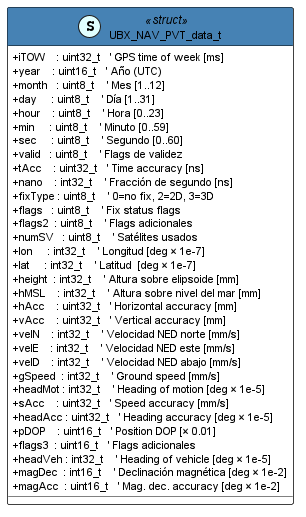
Above: docs/06 UMLs/ubx_nav_pvt_struct.png in AgustinPessina00/TPP-IntelliFence (PlantUML), before the change. Its diagram source:
```plantuml
@startuml ubx_nav_pvt_struct

skinparam classAttributeIconSize 0
skinparam class {
    BackgroundColor White
    BorderColor Black
    HeaderBackgroundColor SteelBlue
    HeaderFontColor White
    FontSize 12
    AttributeFontSize 11
}
skinparam ArrowColor DarkSlateGray
skinparam linetype ortho
skinparam nodesep 40
skinparam ranksep 50

class UBX_NAV_PVT_data_t << (S,LightCyan) struct >> {
    {field} + iTOW    : uint32_t   ' GPS time of week [ms]
    {field} + year    : uint16_t   ' Año (UTC)
    {field} + month   : uint8_t    ' Mes [1..12]
    {field} + day     : uint8_t    ' Día [1..31]
    {field} + hour    : uint8_t    ' Hora [0..23]
    {field} + min     : uint8_t    ' Minuto [0..59]
    {field} + sec     : uint8_t    ' Segundo [0..60]
    {field} + valid   : uint8_t    ' Flags de validez
    {field} + tAcc    : uint32_t   ' Time accuracy [ns]
    {field} + nano    : int32_t    ' Fracción de segundo [ns]
    {field} + fixType : uint8_t    ' 0=no fix, 2=2D, 3=3D
    {field} + flags   : uint8_t    ' Fix status flags
    {field} + flags2  : uint8_t    ' Flags adicionales
    {field} + numSV   : uint8_t    ' Satélites usados
    {field} + lon     : int32_t    ' Longitud [deg × 1e-7]
    {field} + lat     : int32_t    ' Latitud  [deg × 1e-7]
    {field} + height  : int32_t    ' Altura sobre elipsoide [mm]
    {field} + hMSL    : int32_t    ' Altura sobre nivel del mar [mm]
    {field} + hAcc    : uint32_t   ' Horizontal accuracy [mm]
    {field} + vAcc    : uint32_t   ' Vertical accuracy [mm]
    {field} + velN    : int32_t    ' Velocidad NED norte [mm/s]
    {field} + velE    : int32_t    ' Velocidad NED este [mm/s]
    {field} + velD    : int32_t    ' Velocidad NED abajo [mm/s]
    {field} + gSpeed  : int32_t    ' Ground speed [mm/s]
    {field} + headMot : int32_t    ' Heading of motion [deg × 1e-5]
    {field} + sAcc    : uint32_t   ' Speed accuracy [mm/s]
    {field} + headAcc : uint32_t   ' Heading accuracy [deg × 1e-5]
    {field} + pDOP    : uint16_t   ' Position DOP [× 0.01]
    {field} + flags3  : uint16_t   ' Flags adicionales
    {field} + headVeh : int32_t    ' Heading of vehicle [deg × 1e-5]
    {field} + magDec  : int16_t    ' Declinación magnética [deg × 1e-2]
    {field} + magAcc  : uint16_t   ' Mag. dec. accuracy [deg × 1e-2]
}

@enduml
```
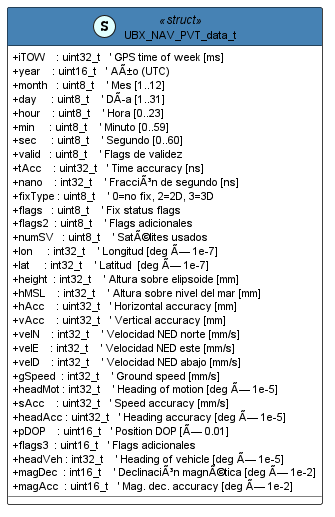
The same diagram one commit later.

The edit, as a diff of the source:
```diff
@@ -16,21 +16,21 @@
 
 class UBX_NAV_PVT_data_t << (S,LightCyan) struct >> {
     {field} + iTOW    : uint32_t   ' GPS time of week [ms]
-    {field} + year    : uint16_t   ' Año (UTC)
+    {field} + year    : uint16_t   ' AÃ±o (UTC)
     {field} + month   : uint8_t    ' Mes [1..12]
-    {field} + day     : uint8_t    ' Día [1..31]
+    {field} + day     : uint8_t    ' DÃ­a [1..31]
     {field} + hour    : uint8_t    ' Hora [0..23]
     {field} + min     : uint8_t    ' Minuto [0..59]
     {field} + sec     : uint8_t    ' Segundo [0..60]
     {field} + valid   : uint8_t    ' Flags de validez
     {field} + tAcc    : uint32_t   ' Time accuracy [ns]
-    {field} + nano    : int32_t    ' Fracción de segundo [ns]
+    {field} + nano    : int32_t    ' FracciÃ³n de segundo [ns]
     {field} + fixType : uint8_t    ' 0=no fix, 2=2D, 3=3D
     {field} + flags   : uint8_t    ' Fix status flags
     {field} + flags2  : uint8_t    ' Flags adicionales
-    {field} + numSV   : uint8_t    ' Satélites usados
-    {field} + lon     : int32_t    ' Longitud [deg × 1e-7]
-    {field} + lat     : int32_t    ' Latitud  [deg × 1e-7]
+    {field} + numSV   : uint8_t    ' SatÃ©lites usados
+    {field} + lon     : int32_t    ' Longitud [deg Ã— 1e-7]
+    {field} + lat     : int32_t    ' Latitud  [deg Ã— 1e-7]
     {field} + height  : int32_t    ' Altura sobre elipsoide [mm]
     {field} + hMSL    : int32_t    ' Altura sobre nivel del mar [mm]
     {field} + hAcc    : uint32_t   ' Horizontal accuracy [mm]
@@ -39,14 +39,14 @@
     {field} + velE    : int32_t    ' Velocidad NED este [mm/s]
     {field} + velD    : int32_t    ' Velocidad NED abajo [mm/s]
     {field} + gSpeed  : int32_t    ' Ground speed [mm/s]
-    {field} + headMot : int32_t    ' Heading of motion [deg × 1e-5]
+    {field} + headMot : int32_t    ' Heading of motion [deg Ã— 1e-5]
     {field} + sAcc    : uint32_t   ' Speed accuracy [mm/s]
-    {field} + headAcc : uint32_t   ' Heading accuracy [deg × 1e-5]
-    {field} + pDOP    : uint16_t   ' Position DOP [× 0.01]
+    {field} + headAcc : uint32_t   ' Heading accuracy [deg Ã— 1e-5]
+    {field} + pDOP    : uint16_t   ' Position DOP [Ã— 0.01]
     {field} + flags3  : uint16_t   ' Flags adicionales
-    {field} + headVeh : int32_t    ' Heading of vehicle [deg × 1e-5]
-    {field} + magDec  : int16_t    ' Declinación magnética [deg × 1e-2]
-    {field} + magAcc  : uint16_t   ' Mag. dec. accuracy [deg × 1e-2]
+    {field} + headVeh : int32_t    ' Heading of vehicle [deg Ã— 1e-5]
+    {field} + magDec  : int16_t    ' DeclinaciÃ³n magnÃ©tica [deg Ã— 1e-2]
+    {field} + magAcc  : uint16_t   ' Mag. dec. accuracy [deg Ã— 1e-2]
 }
 
 @enduml
```
